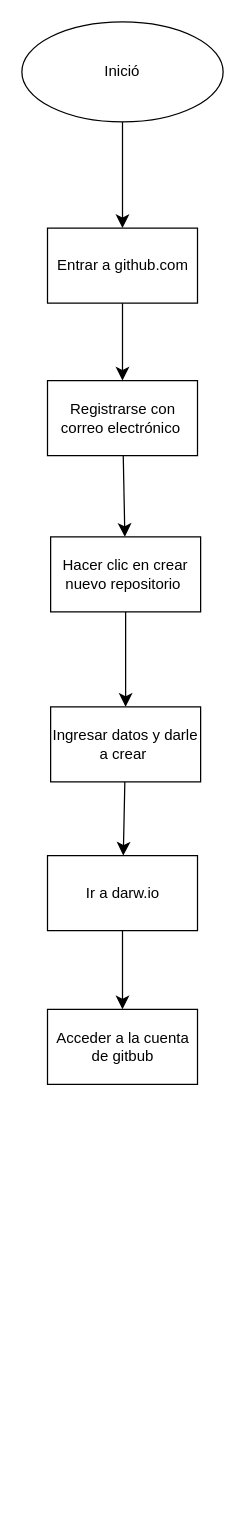
Before: Diagrama sin título.drawio in CarlosEduardoRdz/METPROG, a draw.io diagram. Source tidied: cells renumbered, new cells numbered last; positions are measured from the earlier drawing's top-left corner, leaving out a move shared by most shapes. Both pictures are drawn from the tidied source at 125%, with x=0, y=0 at pixel (21, 21).
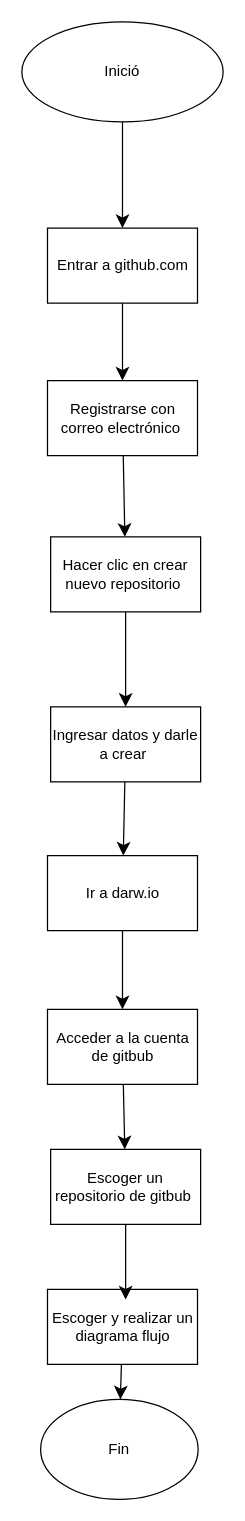
After the change.

Commit message (it also covers changes not shown here):
Prueba de gitbub

The change refers to these unchanged cells:
```xml
<mxCell id="14" value="Acceder a la cuenta de gitbub" style="whiteSpace=wrap;html=1;" parent="1" vertex="1">
  <mxGeometry x="20.5" y="790" width="120" height="60" as="geometry" />
</mxCell>
```

Change to the diagram source:
```diff
@@
+    <mxCell id="15" style="edgeStyle=none;curved=1;rounded=0;jettySize=auto;html=1;fontSize=12;startSize=8;endSize=8;" parent="1" edge="1" source="14" target="16">
+      <mxGeometry relative="1" as="geometry" />
+    </mxCell>
@@
+    <mxCell id="16" value="Escoger un repositorio de gitbub&amp;nbsp;" style="whiteSpace=wrap;html=1;" parent="1" vertex="1">
+      <mxGeometry x="23" y="902" width="120" height="60" as="geometry" />
+    </mxCell>
+    <mxCell id="17" style="edgeStyle=none;curved=1;rounded=0;jettySize=auto;html=1;fontSize=12;startSize=8;endSize=8;" parent="1" edge="1" source="18" target="20">
+      <mxGeometry relative="1" as="geometry" />
+    </mxCell>
+    <mxCell id="18" value="Escoger y realizar un diagrama flujo" style="whiteSpace=wrap;html=1;" parent="1" vertex="1">
+      <mxGeometry x="20.5" y="1014" width="120" height="60" as="geometry" />
+    </mxCell>
+    <mxCell id="19" style="edgeStyle=none;curved=1;rounded=0;jettySize=auto;html=1;entryX=0.521;entryY=0.136;entryDx=0;entryDy=0;entryPerimeter=0;fontSize=12;startSize=8;endSize=8;" parent="1" edge="1" source="16" target="18">
+      <mxGeometry relative="1" as="geometry" />
+    </mxCell>
+    <mxCell id="20" value="Fin" style="ellipse;whiteSpace=wrap;html=1;" parent="1" vertex="1">
+      <mxGeometry x="15" y="1102" width="126" height="80" as="geometry" />
+    </mxCell>
```
